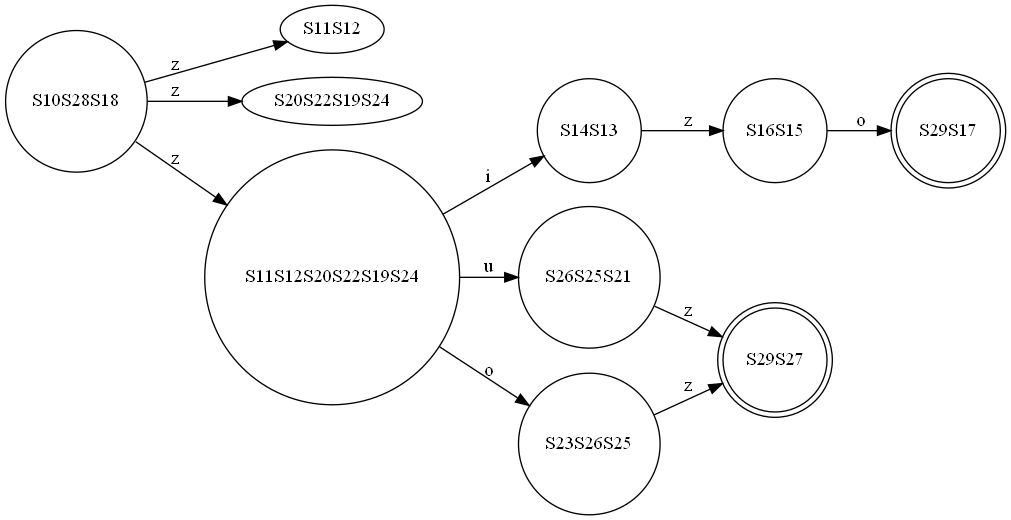
Above: finalCode/test-output/DFA.gv.png in abdelazizSalah/RegExp_NFA_DFA_DFAMinimization (Graphviz), before the change. Its source is kept beside it as finalCode/test-output/DFA.gv.
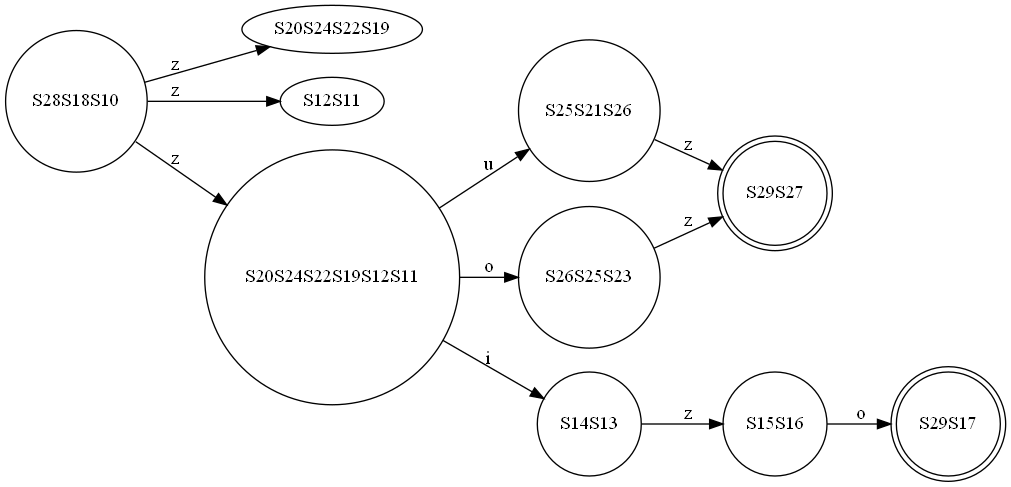
The same file after the commit.

Change to the diagram source:
```diff
@@ -1,21 +1,21 @@
 digraph {
 	graph [rankdir=LR]
-	S10S28S18 [label=S10S28S18 shape=circle]
-	S10S28S18 -> S11S12 [label=z]
-	S10S28S18 -> S20S22S19S24 [label=z]
-	S10S28S18 -> S11S12S20S22S19S24 [label=z]
+	S28S18S10 [label=S28S18S10 shape=circle]
+	S28S18S10 -> S20S24S22S19 [label=z]
+	S28S18S10 -> S12S11 [label=z]
+	S28S18S10 -> S20S24S22S19S12S11 [label=z]
+	S25S21S26 [label=S25S21S26 shape=circle]
+	S25S21S26 -> S29S27 [label=z]
+	S26S25S23 [label=S26S25S23 shape=circle]
+	S26S25S23 -> S29S27 [label=z]
 	S14S13 [label=S14S13 shape=circle]
-	S14S13 -> S16S15 [label=z]
-	S26S25S21 [label=S26S25S21 shape=circle]
-	S26S25S21 -> S29S27 [label=z]
-	S23S26S25 [label=S23S26S25 shape=circle]
-	S23S26S25 -> S29S27 [label=z]
-	S16S15 [label=S16S15 shape=circle]
-	S16S15 -> S29S17 [label=o]
+	S14S13 -> S15S16 [label=z]
 	S29S27 [label=S29S27 shape=doublecircle]
+	S15S16 [label=S15S16 shape=circle]
+	S15S16 -> S29S17 [label=o]
 	S29S17 [label=S29S17 shape=doublecircle]
-	S11S12S20S22S19S24 [label=S11S12S20S22S19S24 shape=circle]
-	S11S12S20S22S19S24 -> S14S13 [label=i]
-	S11S12S20S22S19S24 -> S26S25S21 [label=u]
-	S11S12S20S22S19S24 -> S23S26S25 [label=o]
+	S20S24S22S19S12S11 [label=S20S24S22S19S12S11 shape=circle]
+	S20S24S22S19S12S11 -> S25S21S26 [label=u]
+	S20S24S22S19S12S11 -> S26S25S23 [label=o]
+	S20S24S22S19S12S11 -> S14S13 [label=i]
 }
```
